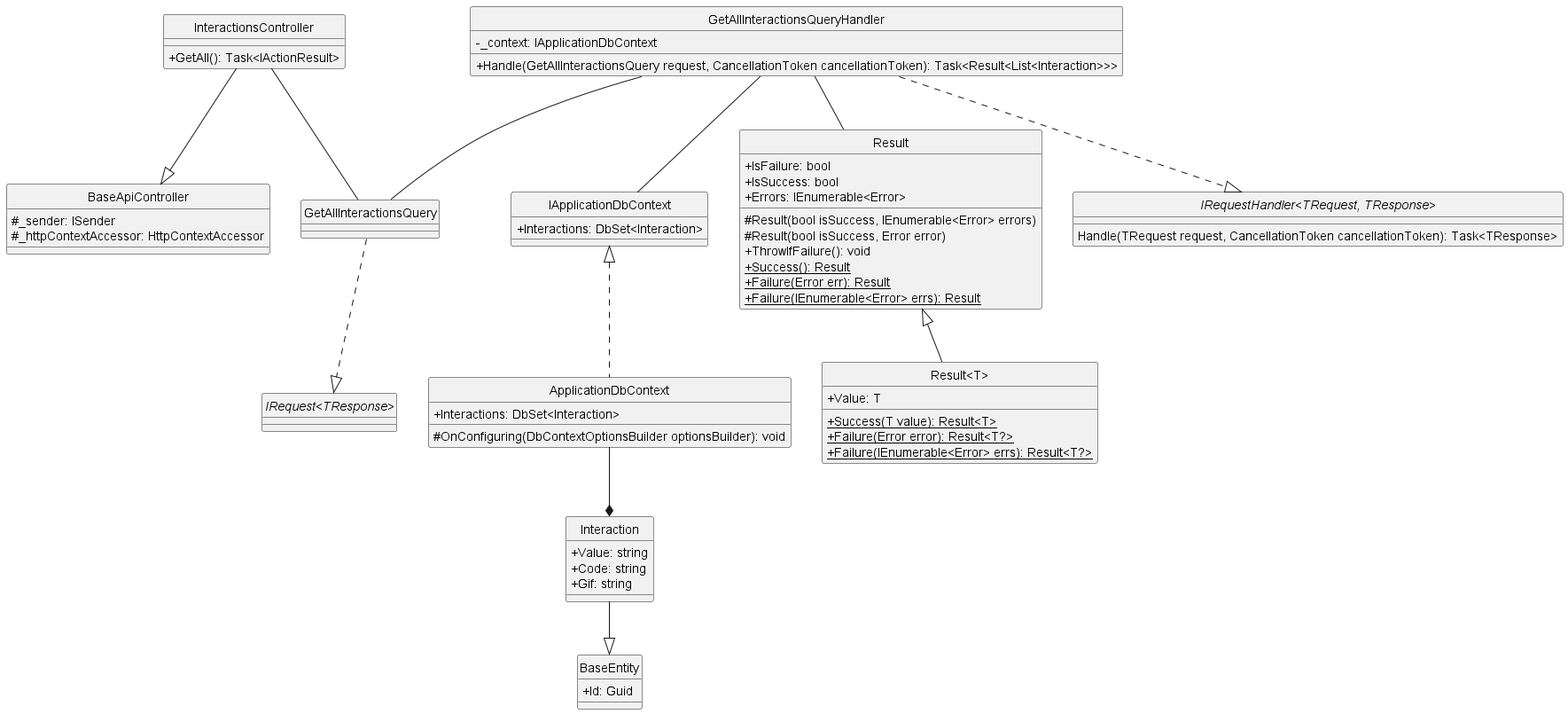
Carl-Johnsons/Chat-Application keeps this PlantUML diagram as docs/Class Diagram/Post/Interactions/GetAllInteraction/ClassDiagram/GetAllInteractions.png. Above is the earlier version.
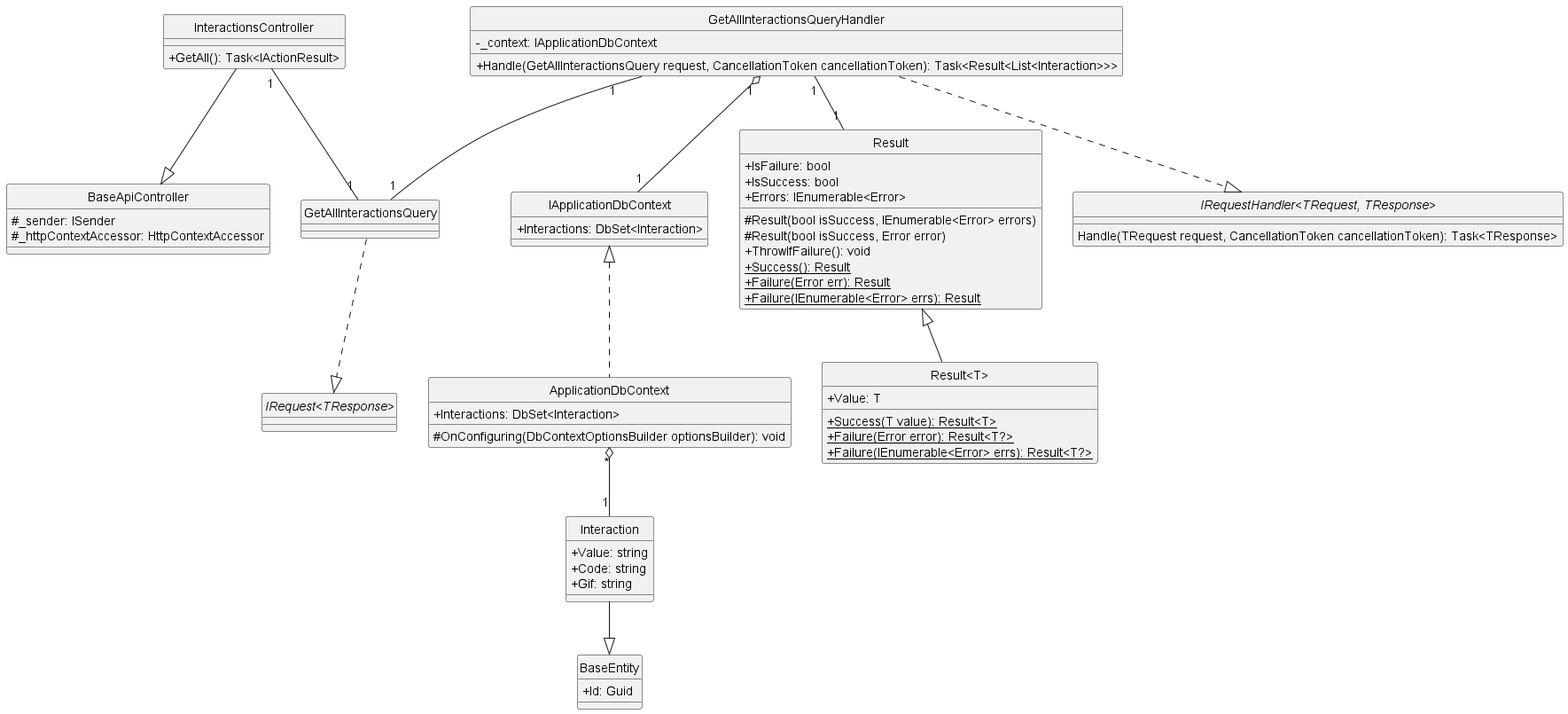
Above is the later version.

The edit, as a diff of the source:
```diff
@@ -63,14 +63,14 @@
 }
 
 InteractionsController --|> BaseApiController
-InteractionsController -- GetAllInteractionsQuery
+InteractionsController "1"--"1" GetAllInteractionsQuery
 GetAllInteractionsQuery ..|> "IRequest<TResponse>"
 GetAllInteractionsQueryHandler ..|> "IRequestHandler<TRequest, TResponse>"
-GetAllInteractionsQueryHandler -- GetAllInteractionsQuery
-GetAllInteractionsQueryHandler -- Result
-GetAllInteractionsQueryHandler -- IApplicationDbContext
+GetAllInteractionsQueryHandler "1"--"1" GetAllInteractionsQuery
+GetAllInteractionsQueryHandler "1"--"1" Result
+GetAllInteractionsQueryHandler "1" o--"1" IApplicationDbContext
 Result <|-- "Result<T>"
 Interaction --|> BaseEntity
 IApplicationDbContext <|.. ApplicationDbContext
-ApplicationDbContext --* Interaction
+ApplicationDbContext "*" o--"1" Interaction
 @enduml
```
